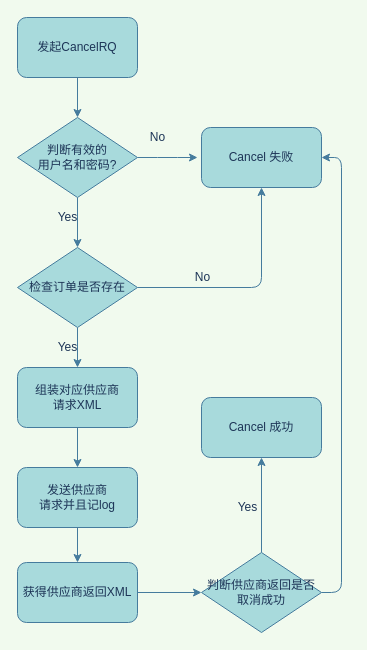
Earlier version of the draw.io diagram HotelAvailRQ.drawio (tencal/21baobao). Source tidied: cells renumbered, new cells numbered last; positions are measured from the earlier drawing's top-left corner, leaving out a move shared by most shapes. Both pictures are drawn from the tidied source at 100%, with x=0, y=0 at pixel (17, 17).
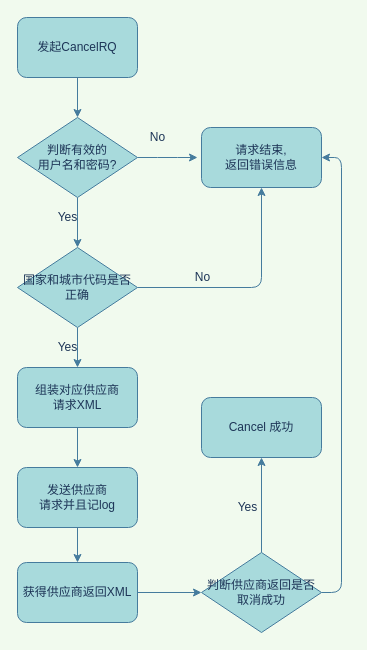
After the change.

The edit, as a diff of the source:
```diff
@@
-    <mxCell id="7" value="Cancel 失败" style="rounded=1;whiteSpace=wrap;html=1;sketch=0;strokeColor=#457B9D;fillColor=#A8DADC;fontColor=#1D3557;" parent="1" vertex="1">
+    <mxCell id="7" value="请求结束,&lt;br&gt;返回错误信息" style="rounded=1;whiteSpace=wrap;html=1;sketch=0;strokeColor=#457B9D;fillColor=#A8DADC;fontColor=#1D3557;" parent="1" vertex="1">
       <mxGeometry x="184" y="110" width="120" height="60" as="geometry" />
     </mxCell>
@@
-    <mxCell id="10" value="检查订单是否存在" style="rhombus;whiteSpace=wrap;html=1;rounded=0;sketch=0;strokeColor=#457B9D;fillColor=#A8DADC;fontColor=#1D3557;" parent="1" vertex="1">
+    <mxCell id="10" value="国家和城市代码是否正确" style="rhombus;whiteSpace=wrap;html=1;rounded=0;sketch=0;strokeColor=#457B9D;fillColor=#A8DADC;fontColor=#1D3557;" parent="1" vertex="1">
       <mxGeometry y="230" width="120" height="80" as="geometry" />
     </mxCell>
```
